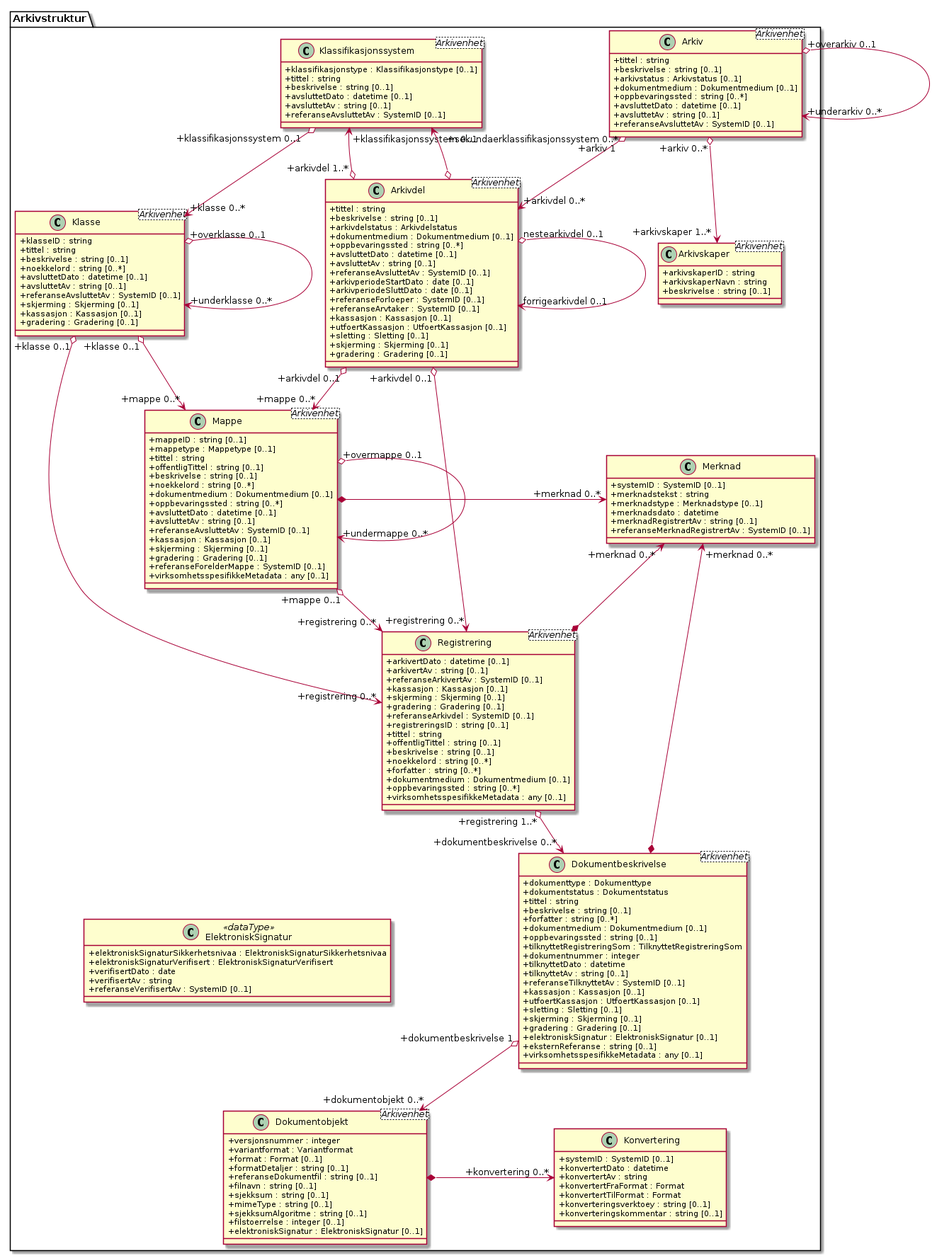
arkivverket/noark5-tjenestegrensesnitt-standard keeps this PlantUML diagram as kapitler/media/uml-arkivstruktur-attributter.png. Above is the earlier version.
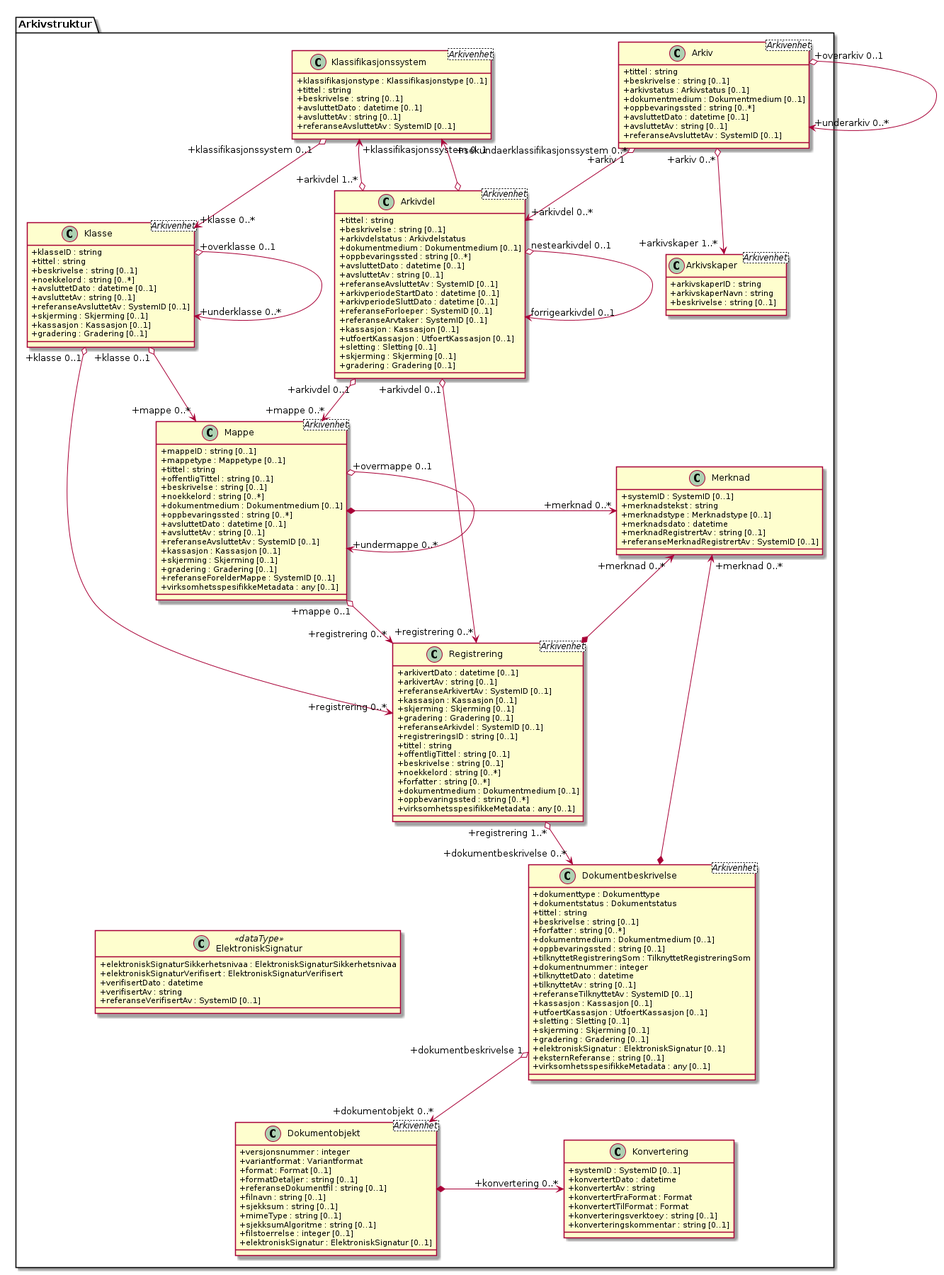
Above is the later version.

Change to the diagram source:
```diff
@@ -46,8 +46,8 @@
   +avsluttetDato : datetime [0..1]
   +avsluttetAv : string [0..1]
   +referanseAvsluttetAv : SystemID [0..1]
-  +arkivperiodeStartDato : date [0..1]
-  +arkivperiodeSluttDato : date [0..1]
+  +arkivperiodeStartDato : datetime [0..1]
+  +arkivperiodeSluttDato : datetime [0..1]
   +referanseForloeper : SystemID [0..1]
   +referanseArvtaker : SystemID [0..1]
   +kassasjon : Kassasjon [0..1]
@@ -147,7 +147,7 @@
 class Arkivstruktur.ElektroniskSignatur <<dataType>> {
   +elektroniskSignaturSikkerhetsnivaa : ElektroniskSignaturSikkerhetsnivaa
   +elektroniskSignaturVerifisert : ElektroniskSignaturVerifisert
-  +verifisertDato : date
+  +verifisertDato : datetime
   +verifisertAv : string
   +referanseVerifisertAv : SystemID [0..1]
 }
```
